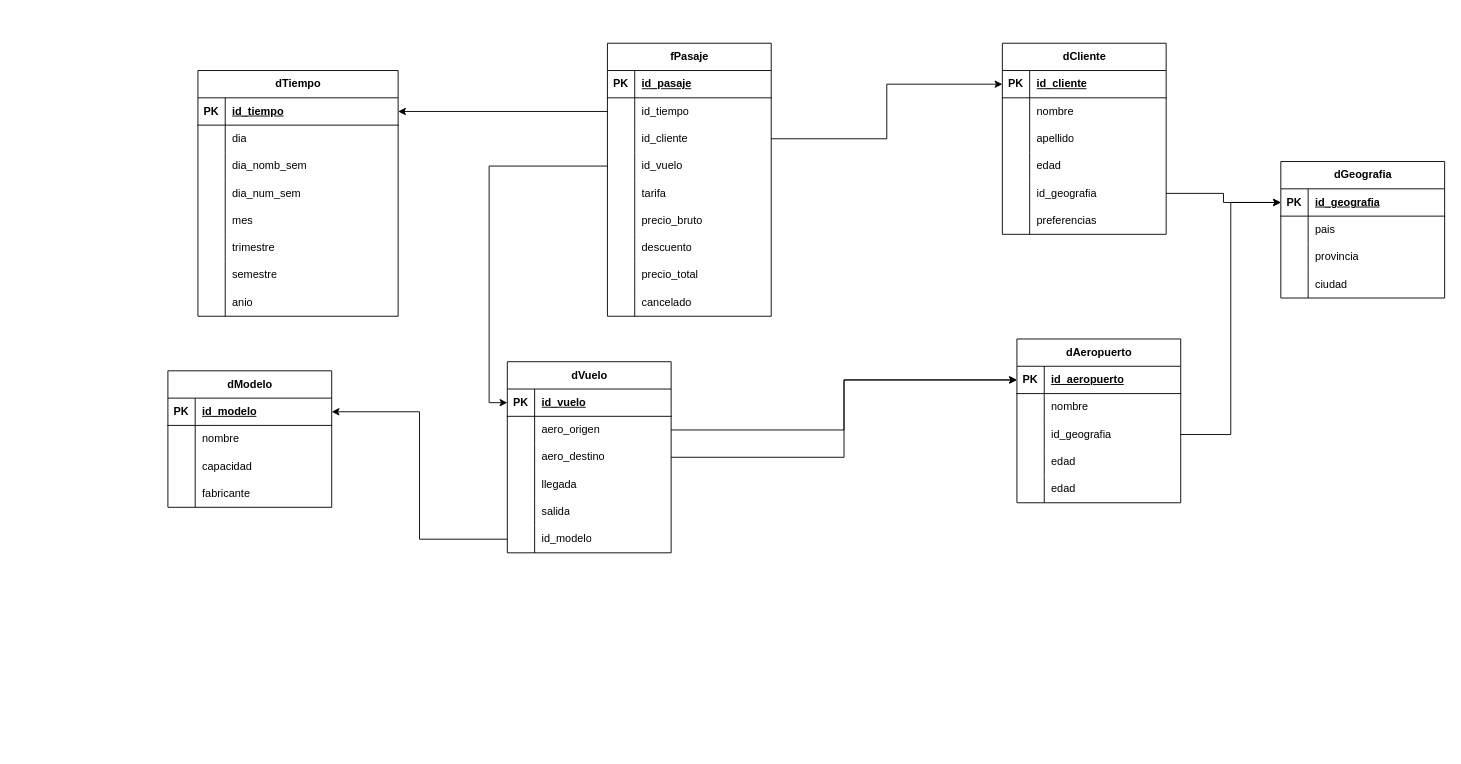
Ftedp/BBDD2-TUIA keeps this draw.io diagram as Practica/Ejercicio_6/Ejercicio_6.drawio. Above is the earlier version. Source tidied: cells renumbered, new cells numbered last; positions are measured from the earlier drawing's top-left corner, leaving out a move shared by most shapes. Both pictures are drawn from the tidied source at 91%, with x=0, y=0 at pixel (167, 43).
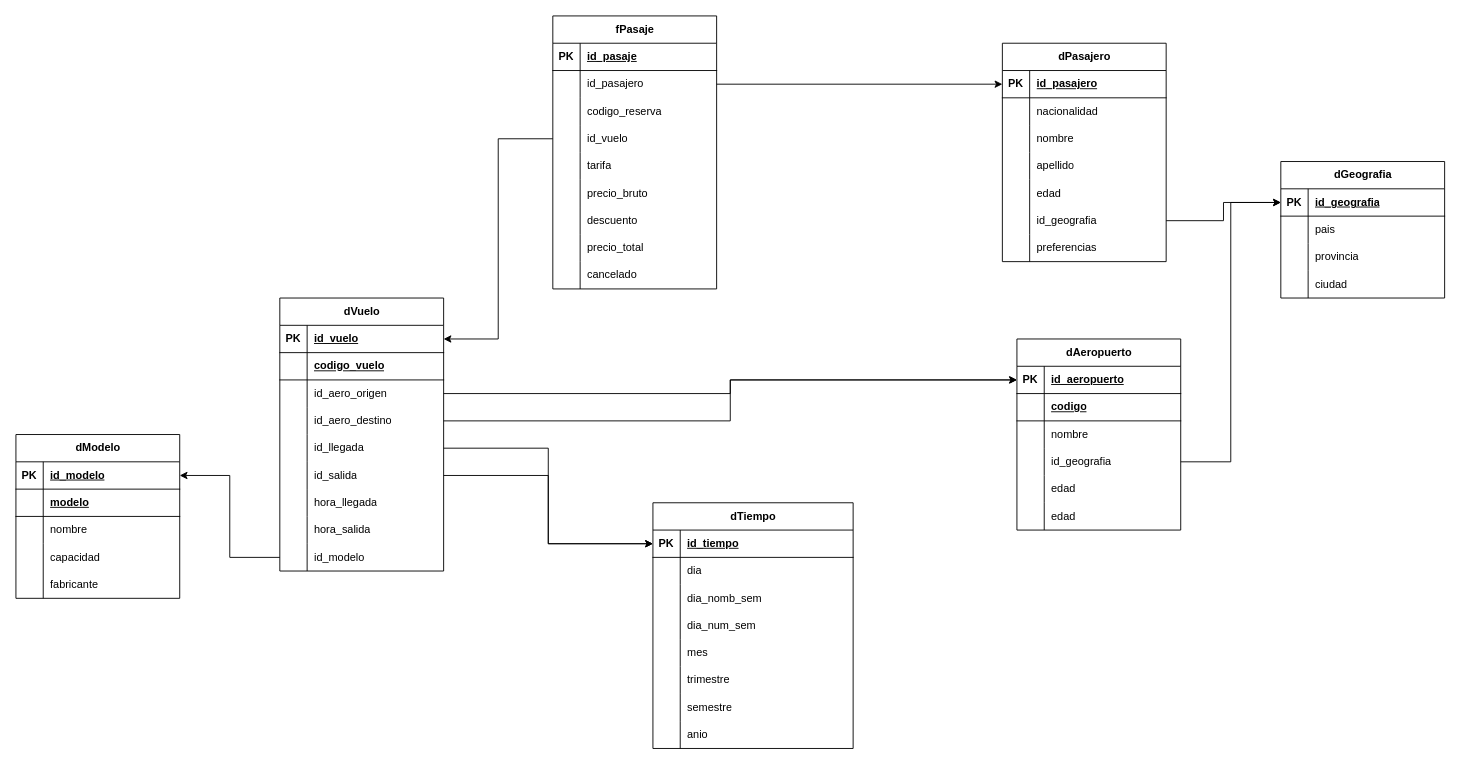
Above is the later version.

The change refers to these unchanged cells:
```xml
<mxCell id="12" style="shape=tableRow;horizontal=0;startSize=0;swimlaneHead=0;swimlaneBody=0;fillColor=none;points=[[0,0.5],[1,0.5]];portConstraint=eastwest;top=0;left=0;right=0;bottom=0;" parent="2" vertex="1">
  <mxGeometry y="120" width="180" height="30" as="geometry" />
</mxCell>
<mxCell id="44" style="shape=tableRow;horizontal=0;startSize=0;swimlaneHead=0;swimlaneBody=0;fillColor=none;points=[[0,0.5],[1,0.5]];portConstraint=eastwest;top=0;left=0;right=0;bottom=1;" parent="43" vertex="1">
  <mxGeometry y="30" width="180" height="30" as="geometry" />
</mxCell>
<mxCell id="47" style="shape=tableRow;horizontal=0;startSize=0;swimlaneHead=0;swimlaneBody=0;fillColor=none;top=0;left=0;right=0;bottom=0;" parent="43" vertex="1">
  <mxGeometry y="60" width="180" height="30" as="geometry" />
</mxCell>
<mxCell id="63" style="shape=tableRow;horizontal=0;startSize=0;swimlaneHead=0;swimlaneBody=0;fillColor=none;points=[[0,0.5],[1,0.5]];portConstraint=eastwest;top=0;left=0;right=0;bottom=1;" parent="62" vertex="1">
  <mxGeometry y="30" width="220" height="30" as="geometry" />
</mxCell>
<mxCell id="88" style="shape=tableRow;horizontal=0;startSize=0;swimlaneHead=0;swimlaneBody=0;fillColor=none;points=[[0,0.5],[1,0.5]];portConstraint=eastwest;top=0;left=0;right=0;bottom=1;" parent="87" vertex="1">
  <mxGeometry y="30" width="180" height="30" as="geometry" />
</mxCell>
```

Change to the diagram source:
```diff
@@
     <mxCell id="2" value="fPasaje" style="shape=table;startSize=30;childLayout=tableLayout;rowLines=0;fontStyle=1;align=center;html=1;" parent="1" vertex="1">
-      <mxGeometry x="483" width="180" height="300" as="geometry" />
+      <mxGeometry x="423" y="-30" width="180" height="300" as="geometry" />
     </mxCell>
@@
-    <mxCell id="6" style="shape=tableRow;horizontal=0;startSize=0;swimlaneHead=0;swimlaneBody=0;fillColor=none;points=[[0,0.5],[1,0.5]];portConstraint=eastwest;top=0;left=0;right=0;bottom=0;" parent="2" vertex="1">
-      <mxGeometry y="60" width="180" height="30" as="geometry" />
-    </mxCell>
-    <mxCell id="7" style="shape=partialRectangle;fillColor=none;top=0;left=0;bottom=0;right=0;overflow=hidden;whiteSpace=wrap;html=1;" parent="6" vertex="1">
-      <mxGeometry width="30" height="30" as="geometry" />
-    </mxCell>
-    <mxCell id="8" value="id_tiempo" style="shape=partialRectangle;fillColor=none;top=0;left=0;bottom=0;right=0;align=left;spacingLeft=6;overflow=hidden;whiteSpace=wrap;html=1;" parent="6" vertex="1">
-      <mxGeometry x="30" width="150" height="30" as="geometry" />
-    </mxCell>
     <mxCell id="9" style="shape=tableRow;horizontal=0;startSize=0;swimlaneHead=0;swimlaneBody=0;fillColor=none;points=[[0,0.5],[1,0.5]];portConstraint=eastwest;top=0;left=0;right=0;bottom=0;" parent="2" vertex="1">
-      <mxGeometry y="90" width="180" height="30" as="geometry" />
+      <mxGeometry y="60" width="180" height="30" as="geometry" />
     </mxCell>
@@
-    <mxCell id="11" value="id_cliente" style="shape=partialRectangle;fillColor=none;top=0;left=0;bottom=0;right=0;align=left;spacingLeft=6;overflow=hidden;whiteSpace=wrap;html=1;" parent="9" vertex="1">
+    <mxCell id="11" value="id_pasajero" style="shape=partialRectangle;fillColor=none;top=0;left=0;bottom=0;right=0;align=left;spacingLeft=6;overflow=hidden;whiteSpace=wrap;html=1;" parent="9" vertex="1">
       <mxGeometry x="30" width="150" height="30" as="geometry" />
     </mxCell>
+    <mxCell id="155" style="shape=tableRow;horizontal=0;startSize=0;swimlaneHead=0;swimlaneBody=0;fillColor=none;top=0;left=0;right=0;bottom=0;" parent="2" vertex="1">
+      <mxGeometry y="90" width="180" height="30" as="geometry" />
+    </mxCell>
+    <mxCell id="156" style="shape=partialRectangle;fillColor=none;top=0;left=0;bottom=0;right=0;overflow=hidden;whiteSpace=wrap;html=1;" parent="155" vertex="1">
+      <mxGeometry width="30" height="30" as="geometry" />
+    </mxCell>
+    <mxCell id="157" value="codigo_reserva" style="shape=partialRectangle;fillColor=none;top=0;left=0;bottom=0;right=0;align=left;spacingLeft=6;overflow=hidden;whiteSpace=wrap;html=1;" parent="155" vertex="1">
+      <mxGeometry x="30" width="150" height="30" as="geometry" />
+    </mxCell>
@@
-    <mxCell id="43" value="dCliente" style="shape=table;startSize=30;childLayout=tableLayout;rowLines=0;fontStyle=1;align=center;html=1;" parent="1" vertex="1">
-      <mxGeometry x="917" width="180" height="210" as="geometry" />
+    <mxCell id="43" value="dPasajero" style="shape=table;startSize=30;childLayout=tableLayout;rowLines=0;fontStyle=1;align=center;html=1;" parent="1" vertex="1">
+      <mxGeometry x="917" width="180" height="240" as="geometry" />
     </mxCell>
@@
-    <mxCell id="46" value="id_cliente" style="shape=partialRectangle;fillColor=none;top=0;left=0;bottom=0;right=0;align=left;spacingLeft=6;fontStyle=5;overflow=hidden;whiteSpace=wrap;html=1;" parent="44" vertex="1">
+    <mxCell id="46" value="id_pasajero" style="shape=partialRectangle;fillColor=none;top=0;left=0;bottom=0;right=0;align=left;spacingLeft=6;fontStyle=5;overflow=hidden;whiteSpace=wrap;html=1;" parent="44" vertex="1">
       <mxGeometry x="30" width="150" height="30" as="geometry" />
     </mxCell>
@@
-    <mxCell id="49" value="nombre" style="shape=partialRectangle;fillColor=none;top=0;left=0;bottom=0;right=0;align=left;spacingLeft=6;overflow=hidden;whiteSpace=wrap;html=1;" parent="47" vertex="1">
+    <mxCell id="49" value="nacionalidad" style="shape=partialRectangle;fillColor=none;top=0;left=0;bottom=0;right=0;align=left;spacingLeft=6;overflow=hidden;whiteSpace=wrap;html=1;" parent="47" vertex="1">
       <mxGeometry x="30" width="150" height="30" as="geometry" />
     </mxCell>
+    <mxCell id="158" style="shape=tableRow;horizontal=0;startSize=0;swimlaneHead=0;swimlaneBody=0;fillColor=none;top=0;left=0;right=0;bottom=0;" parent="43" vertex="1">
+      <mxGeometry y="90" width="180" height="30" as="geometry" />
+    </mxCell>
+    <mxCell id="159" style="shape=partialRectangle;fillColor=none;top=0;left=0;bottom=0;right=0;overflow=hidden;whiteSpace=wrap;html=1;" parent="158" vertex="1">
+      <mxGeometry width="30" height="30" as="geometry" />
+    </mxCell>
+    <mxCell id="160" value="nombre" style="shape=partialRectangle;fillColor=none;top=0;left=0;bottom=0;right=0;align=left;spacingLeft=6;overflow=hidden;whiteSpace=wrap;html=1;" parent="158" vertex="1">
+      <mxGeometry x="30" width="150" height="30" as="geometry" />
+    </mxCell>
     <mxCell id="50" style="shape=tableRow;horizontal=0;startSize=0;swimlaneHead=0;swimlaneBody=0;fillColor=none;top=0;left=0;right=0;bottom=0;" parent="43" vertex="1">
-      <mxGeometry y="90" width="180" height="30" as="geometry" />
+      <mxGeometry y="120" width="180" height="30" as="geometry" />
     </mxCell>
@@
     <mxCell id="53" style="shape=tableRow;horizontal=0;startSize=0;swimlaneHead=0;swimlaneBody=0;fillColor=none;top=0;left=0;right=0;bottom=0;" parent="43" vertex="1">
-      <mxGeometry y="120" width="180" height="30" as="geometry" />
+      <mxGeometry y="150" width="180" height="30" as="geometry" />
     </mxCell>
@@
     <mxCell id="56" style="shape=tableRow;horizontal=0;startSize=0;swimlaneHead=0;swimlaneBody=0;fillColor=none;points=[[0,0.5],[1,0.5]];portConstraint=eastwest;top=0;left=0;right=0;bottom=0;" parent="43" vertex="1">
-      <mxGeometry y="150" width="180" height="30" as="geometry" />
+      <mxGeometry y="180" width="180" height="30" as="geometry" />
     </mxCell>
@@
     <mxCell id="59" style="shape=tableRow;horizontal=0;startSize=0;swimlaneHead=0;swimlaneBody=0;fillColor=none;top=0;left=0;right=0;bottom=0;" parent="43" vertex="1">
-      <mxGeometry y="180" width="180" height="30" as="geometry" />
+      <mxGeometry y="210" width="180" height="30" as="geometry" />
     </mxCell>
@@
     <mxCell id="62" value="dTiempo" style="shape=table;startSize=30;childLayout=tableLayout;rowLines=0;fontStyle=1;align=center;html=1;" parent="1" vertex="1">
-      <mxGeometry x="33" y="30" width="220" height="270" as="geometry" />
+      <mxGeometry x="533" y="505" width="220" height="270" as="geometry" />
     </mxCell>
@@
     <mxCell id="87" value="dVuelo" style="shape=table;startSize=30;childLayout=tableLayout;rowLines=0;fontStyle=1;align=center;html=1;" parent="1" vertex="1">
-      <mxGeometry x="373" y="350" width="180" height="210" as="geometry" />
+      <mxGeometry x="123" y="280" width="180" height="300" as="geometry" />
     </mxCell>
@@
+    <mxCell id="161" style="shape=tableRow;horizontal=0;startSize=0;swimlaneHead=0;swimlaneBody=0;fillColor=none;top=0;left=0;right=0;bottom=1;" parent="87" vertex="1">
+      <mxGeometry y="60" width="180" height="30" as="geometry" />
+    </mxCell>
+    <mxCell id="162" style="shape=partialRectangle;fillColor=none;top=0;left=0;bottom=0;right=0;fontStyle=1;overflow=hidden;whiteSpace=wrap;html=1;" parent="161" vertex="1">
+      <mxGeometry width="30" height="30" as="geometry" />
+    </mxCell>
+    <mxCell id="163" value="codigo_vuelo" style="shape=partialRectangle;fillColor=none;top=0;left=0;bottom=0;right=0;align=left;spacingLeft=6;fontStyle=5;overflow=hidden;whiteSpace=wrap;html=1;" parent="161" vertex="1">
+      <mxGeometry x="30" width="150" height="30" as="geometry" />
+    </mxCell>
     <mxCell id="91" style="shape=tableRow;horizontal=0;startSize=0;swimlaneHead=0;swimlaneBody=0;fillColor=none;points=[[0,0.5],[1,0.5]];portConstraint=eastwest;top=0;left=0;right=0;bottom=0;" parent="87" vertex="1">
-      <mxGeometry y="60" width="180" height="30" as="geometry" />
+      <mxGeometry y="90" width="180" height="30" as="geometry" />
     </mxCell>
@@
-    <mxCell id="93" value="aero_origen" style="shape=partialRectangle;fillColor=none;top=0;left=0;bottom=0;right=0;align=left;spacingLeft=6;overflow=hidden;whiteSpace=wrap;html=1;" parent="91" vertex="1">
+    <mxCell id="93" value="id_aero_origen" style="shape=partialRectangle;fillColor=none;top=0;left=0;bottom=0;right=0;align=left;spacingLeft=6;overflow=hidden;whiteSpace=wrap;html=1;" parent="91" vertex="1">
       <mxGeometry x="30" width="150" height="30" as="geometry" />
     </mxCell>
     <mxCell id="94" style="shape=tableRow;horizontal=0;startSize=0;swimlaneHead=0;swimlaneBody=0;fillColor=none;points=[[0,0.5],[1,0.5]];portConstraint=eastwest;top=0;left=0;right=0;bottom=0;" parent="87" vertex="1">
-      <mxGeometry y="90" width="180" height="30" as="geometry" />
+      <mxGeometry y="120" width="180" height="30" as="geometry" />
     </mxCell>
@@
-    <mxCell id="96" value="aero_destino" style="shape=partialRectangle;fillColor=none;top=0;left=0;bottom=0;right=0;align=left;spacingLeft=6;overflow=hidden;whiteSpace=wrap;html=1;" parent="94" vertex="1">
+    <mxCell id="96" value="id_aero_destino" style="shape=partialRectangle;fillColor=none;top=0;left=0;bottom=0;right=0;align=left;spacingLeft=6;overflow=hidden;whiteSpace=wrap;html=1;" parent="94" vertex="1">
       <mxGeometry x="30" width="150" height="30" as="geometry" />
     </mxCell>
     <mxCell id="97" style="shape=tableRow;horizontal=0;startSize=0;swimlaneHead=0;swimlaneBody=0;fillColor=none;points=[[0,0.5],[1,0.5]];portConstraint=eastwest;top=0;left=0;right=0;bottom=0;" parent="87" vertex="1">
-      <mxGeometry y="120" width="180" height="30" as="geometry" />
+      <mxGeometry y="150" width="180" height="30" as="geometry" />
     </mxCell>
@@
-    <mxCell id="99" value="llegada" style="shape=partialRectangle;fillColor=none;top=0;left=0;bottom=0;right=0;align=left;spacingLeft=6;overflow=hidden;whiteSpace=wrap;html=1;" parent="97" vertex="1">
+    <mxCell id="99" value="id_llegada" style="shape=partialRectangle;fillColor=none;top=0;left=0;bottom=0;right=0;align=left;spacingLeft=6;overflow=hidden;whiteSpace=wrap;html=1;" parent="97" vertex="1">
       <mxGeometry x="30" width="150" height="30" as="geometry" />
     </mxCell>
     <mxCell id="100" style="shape=tableRow;horizontal=0;startSize=0;swimlaneHead=0;swimlaneBody=0;fillColor=none;points=[[0,0.5],[1,0.5]];portConstraint=eastwest;top=0;left=0;right=0;bottom=0;" parent="87" vertex="1">
-      <mxGeometry y="150" width="180" height="30" as="geometry" />
+      <mxGeometry y="180" width="180" height="30" as="geometry" />
     </mxCell>
@@
-    <mxCell id="102" value="salida" style="shape=partialRectangle;fillColor=none;top=0;left=0;bottom=0;right=0;align=left;spacingLeft=6;overflow=hidden;whiteSpace=wrap;html=1;" parent="100" vertex="1">
+    <mxCell id="102" value="id_salida" style="shape=partialRectangle;fillColor=none;top=0;left=0;bottom=0;right=0;align=left;spacingLeft=6;overflow=hidden;whiteSpace=wrap;html=1;" parent="100" vertex="1">
       <mxGeometry x="30" width="150" height="30" as="geometry" />
     </mxCell>
+    <mxCell id="164" style="shape=tableRow;horizontal=0;startSize=0;swimlaneHead=0;swimlaneBody=0;fillColor=none;top=0;left=0;right=0;bottom=0;" parent="87" vertex="1">
+      <mxGeometry y="210" width="180" height="30" as="geometry" />
+    </mxCell>
+    <mxCell id="165" style="shape=partialRectangle;fillColor=none;top=0;left=0;bottom=0;right=0;overflow=hidden;whiteSpace=wrap;html=1;" parent="164" vertex="1">
+      <mxGeometry width="30" height="30" as="geometry" />
+    </mxCell>
+    <mxCell id="166" value="hora_llegada" style="shape=partialRectangle;fillColor=none;top=0;left=0;bottom=0;right=0;align=left;spacingLeft=6;overflow=hidden;whiteSpace=wrap;html=1;" parent="164" vertex="1">
+      <mxGeometry x="30" width="150" height="30" as="geometry" />
+    </mxCell>
+    <mxCell id="167" style="shape=tableRow;horizontal=0;startSize=0;swimlaneHead=0;swimlaneBody=0;fillColor=none;top=0;left=0;right=0;bottom=0;" parent="87" vertex="1">
+      <mxGeometry y="240" width="180" height="30" as="geometry" />
+    </mxCell>
+    <mxCell id="168" style="shape=partialRectangle;fillColor=none;top=0;left=0;bottom=0;right=0;overflow=hidden;whiteSpace=wrap;html=1;" parent="167" vertex="1">
+      <mxGeometry width="30" height="30" as="geometry" />
+    </mxCell>
+    <mxCell id="169" value="hora_salida" style="shape=partialRectangle;fillColor=none;top=0;left=0;bottom=0;right=0;align=left;spacingLeft=6;overflow=hidden;whiteSpace=wrap;html=1;" parent="167" vertex="1">
+      <mxGeometry x="30" width="150" height="30" as="geometry" />
+    </mxCell>
     <mxCell id="103" style="shape=tableRow;horizontal=0;startSize=0;swimlaneHead=0;swimlaneBody=0;fillColor=none;points=[[0,0.5],[1,0.5]];portConstraint=eastwest;top=0;left=0;right=0;bottom=0;" parent="87" vertex="1">
-      <mxGeometry y="180" width="180" height="30" as="geometry" />
+      <mxGeometry y="270" width="180" height="30" as="geometry" />
     </mxCell>
@@
     <mxCell id="118" value="dAeropuerto" style="shape=table;startSize=30;childLayout=tableLayout;rowLines=0;fontStyle=1;align=center;html=1;" parent="1" vertex="1">
-      <mxGeometry x="933" y="325" width="180" height="180" as="geometry" />
+      <mxGeometry x="933" y="325" width="180" height="210" as="geometry" />
     </mxCell>
@@
+    <mxCell id="170" style="shape=tableRow;horizontal=0;startSize=0;swimlaneHead=0;swimlaneBody=0;fillColor=none;top=0;left=0;right=0;bottom=1;" parent="118" vertex="1">
+      <mxGeometry y="60" width="180" height="30" as="geometry" />
+    </mxCell>
+    <mxCell id="171" style="shape=partialRectangle;fillColor=none;top=0;left=0;bottom=0;right=0;fontStyle=1;overflow=hidden;whiteSpace=wrap;html=1;" parent="170" vertex="1">
+      <mxGeometry width="30" height="30" as="geometry" />
+    </mxCell>
+    <mxCell id="172" value="codigo" style="shape=partialRectangle;fillColor=none;top=0;left=0;bottom=0;right=0;align=left;spacingLeft=6;fontStyle=5;overflow=hidden;whiteSpace=wrap;html=1;" parent="170" vertex="1">
+      <mxGeometry x="30" width="150" height="30" as="geometry" />
+    </mxCell>
     <mxCell id="122" style="shape=tableRow;horizontal=0;startSize=0;swimlaneHead=0;swimlaneBody=0;fillColor=none;top=0;left=0;right=0;bottom=0;" parent="118" vertex="1">
-      <mxGeometry y="60" width="180" height="30" as="geometry" />
+      <mxGeometry y="90" width="180" height="30" as="geometry" />
     </mxCell>
@@
     <mxCell id="125" style="shape=tableRow;horizontal=0;startSize=0;swimlaneHead=0;swimlaneBody=0;fillColor=none;points=[[0,0.5],[1,0.5]];portConstraint=eastwest;top=0;left=0;right=0;bottom=0;" parent="118" vertex="1">
-      <mxGeometry y="90" width="180" height="30" as="geometry" />
+      <mxGeometry y="120" width="180" height="30" as="geometry" />
     </mxCell>
@@
     <mxCell id="128" style="shape=tableRow;horizontal=0;startSize=0;swimlaneHead=0;swimlaneBody=0;fillColor=none;top=0;left=0;right=0;bottom=0;" parent="118" vertex="1">
-      <mxGeometry y="120" width="180" height="30" as="geometry" />
+      <mxGeometry y="150" width="180" height="30" as="geometry" />
     </mxCell>
@@
     <mxCell id="131" style="shape=tableRow;horizontal=0;startSize=0;swimlaneHead=0;swimlaneBody=0;fillColor=none;top=0;left=0;right=0;bottom=0;" parent="118" vertex="1">
-      <mxGeometry y="150" width="180" height="30" as="geometry" />
+      <mxGeometry y="180" width="180" height="30" as="geometry" />
     </mxCell>
@@
-    <mxCell id="138" style="edgeStyle=orthogonalEdgeStyle;rounded=0;jettySize=auto;html=1;entryX=1;entryY=0.5;entryDx=0;entryDy=0;" parent="1" edge="1" source="6" target="63">
-      <mxGeometry relative="1" as="geometry" />
-    </mxCell>
@@
-    <mxCell id="140" style="edgeStyle=orthogonalEdgeStyle;rounded=0;jettySize=auto;html=1;entryX=0;entryY=0.5;entryDx=0;entryDy=0;" parent="1" edge="1" source="12" target="88">
+    <mxCell id="140" style="edgeStyle=orthogonalEdgeStyle;rounded=0;jettySize=auto;html=1;entryX=1;entryY=0.5;entryDx=0;entryDy=0;" parent="1" edge="1" source="12" target="88">
       <mxGeometry relative="1" as="geometry" />
     </mxCell>
     <mxCell id="141" value="dModelo" style="shape=table;startSize=30;childLayout=tableLayout;rowLines=0;fontStyle=1;align=center;html=1;" parent="1" vertex="1">
-      <mxGeometry y="360" width="180" height="150" as="geometry" />
+      <mxGeometry x="-167" y="430" width="180" height="180" as="geometry" />
     </mxCell>
@@
+    <mxCell id="173" style="shape=tableRow;horizontal=0;startSize=0;swimlaneHead=0;swimlaneBody=0;fillColor=none;top=0;left=0;right=0;bottom=1;" parent="141" vertex="1">
+      <mxGeometry y="60" width="180" height="30" as="geometry" />
+    </mxCell>
+    <mxCell id="174" style="shape=partialRectangle;fillColor=none;top=0;left=0;bottom=0;right=0;fontStyle=1;overflow=hidden;whiteSpace=wrap;html=1;" parent="173" vertex="1">
+      <mxGeometry width="30" height="30" as="geometry" />
+    </mxCell>
+    <mxCell id="175" value="modelo" style="shape=partialRectangle;fillColor=none;top=0;left=0;bottom=0;right=0;align=left;spacingLeft=6;fontStyle=5;overflow=hidden;whiteSpace=wrap;html=1;" parent="173" vertex="1">
+      <mxGeometry x="30" width="150" height="30" as="geometry" />
+    </mxCell>
     <mxCell id="145" style="shape=tableRow;horizontal=0;startSize=0;swimlaneHead=0;swimlaneBody=0;fillColor=none;top=0;left=0;right=0;bottom=0;" parent="141" vertex="1">
-      <mxGeometry y="60" width="180" height="30" as="geometry" />
+      <mxGeometry y="90" width="180" height="30" as="geometry" />
     </mxCell>
@@
     <mxCell id="148" style="shape=tableRow;horizontal=0;startSize=0;swimlaneHead=0;swimlaneBody=0;fillColor=none;top=0;left=0;right=0;bottom=0;" parent="141" vertex="1">
-      <mxGeometry y="90" width="180" height="30" as="geometry" />
+      <mxGeometry y="120" width="180" height="30" as="geometry" />
     </mxCell>
@@
     <mxCell id="151" style="shape=tableRow;horizontal=0;startSize=0;swimlaneHead=0;swimlaneBody=0;fillColor=none;top=0;left=0;right=0;bottom=0;" parent="141" vertex="1">
-      <mxGeometry y="120" width="180" height="30" as="geometry" />
+      <mxGeometry y="150" width="180" height="30" as="geometry" />
     </mxCell>
@@
+    <mxCell id="176" style="edgeStyle=orthogonalEdgeStyle;rounded=0;jettySize=auto;html=1;exitX=1;exitY=0.5;exitDx=0;exitDy=0;entryX=0;entryY=0.5;entryDx=0;entryDy=0;" parent="1" edge="1" source="97" target="63">
+      <mxGeometry relative="1" as="geometry" />
+    </mxCell>
+    <mxCell id="177" style="edgeStyle=orthogonalEdgeStyle;rounded=0;jettySize=auto;html=1;exitX=1;exitY=0.5;exitDx=0;exitDy=0;entryX=0;entryY=0.5;entryDx=0;entryDy=0;" parent="1" edge="1" source="100" target="63">
+      <mxGeometry relative="1" as="geometry" />
+    </mxCell>
```
